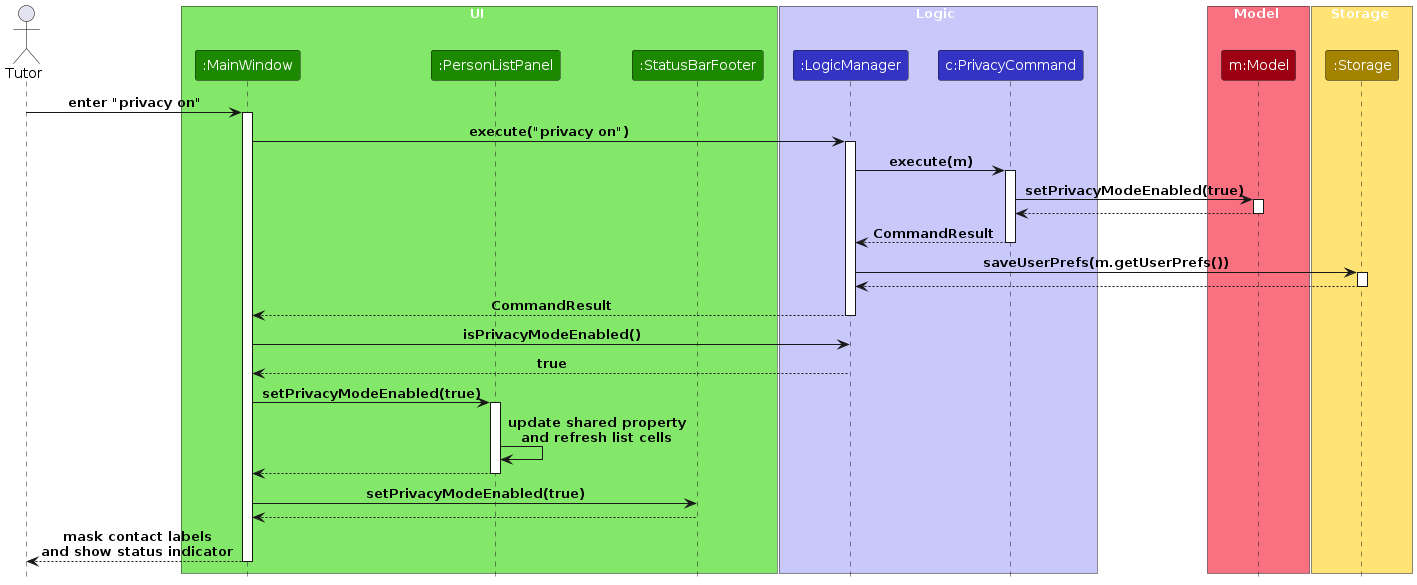
Before: diagrams/PrivacySequenceDiagram.png, a diagram exported from PlantUML (AY2627S1-CS2103T-T12-2/tp). Its source is kept beside it as diagrams/PrivacySequenceDiagram.puml.
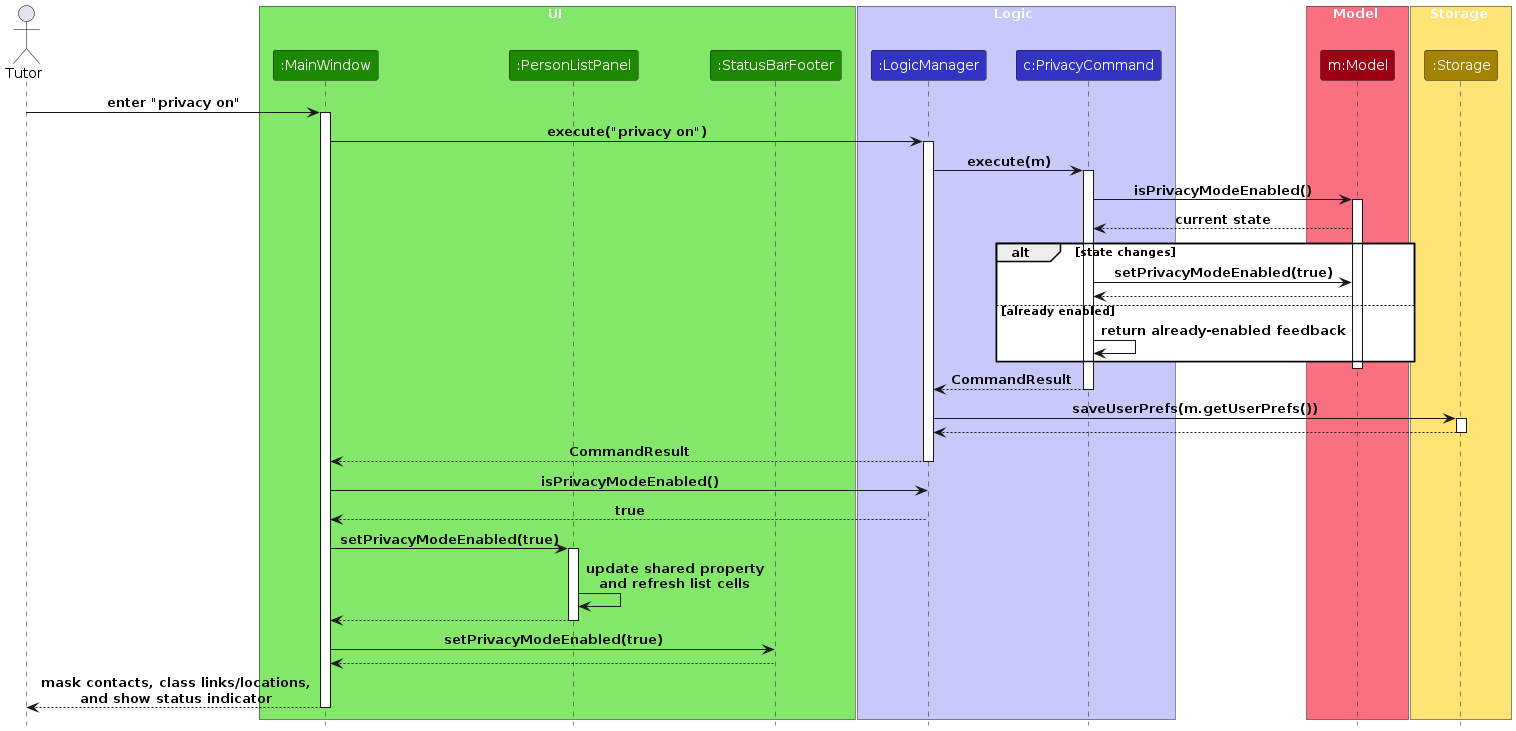
After the change.

The edit, as a diff of the source:
```diff
@@ -28,9 +28,15 @@
 activate LogicManager
 LogicManager -> PrivacyCommand : execute(m)
 activate PrivacyCommand
-PrivacyCommand -> Model : setPrivacyModeEnabled(true)
+PrivacyCommand -> Model : isPrivacyModeEnabled()
 activate Model
-Model --> PrivacyCommand
+Model --> PrivacyCommand : current state
+alt state changes
+    PrivacyCommand -> Model : setPrivacyModeEnabled(true)
+    Model --> PrivacyCommand
+else already enabled
+    PrivacyCommand -> PrivacyCommand : return already-enabled feedback
+end
 deactivate Model
 PrivacyCommand --> LogicManager : CommandResult
 deactivate PrivacyCommand
@@ -50,6 +56,6 @@
 deactivate PersonListPanel
 MainWindow -> StatusBarFooter : setPrivacyModeEnabled(true)
 StatusBarFooter --> MainWindow
-MainWindow --> Tutor : mask contact labels\nand show status indicator
+MainWindow --> Tutor : mask contacts, class links/locations,\nand show status indicator
 deactivate MainWindow
 @enduml
```
